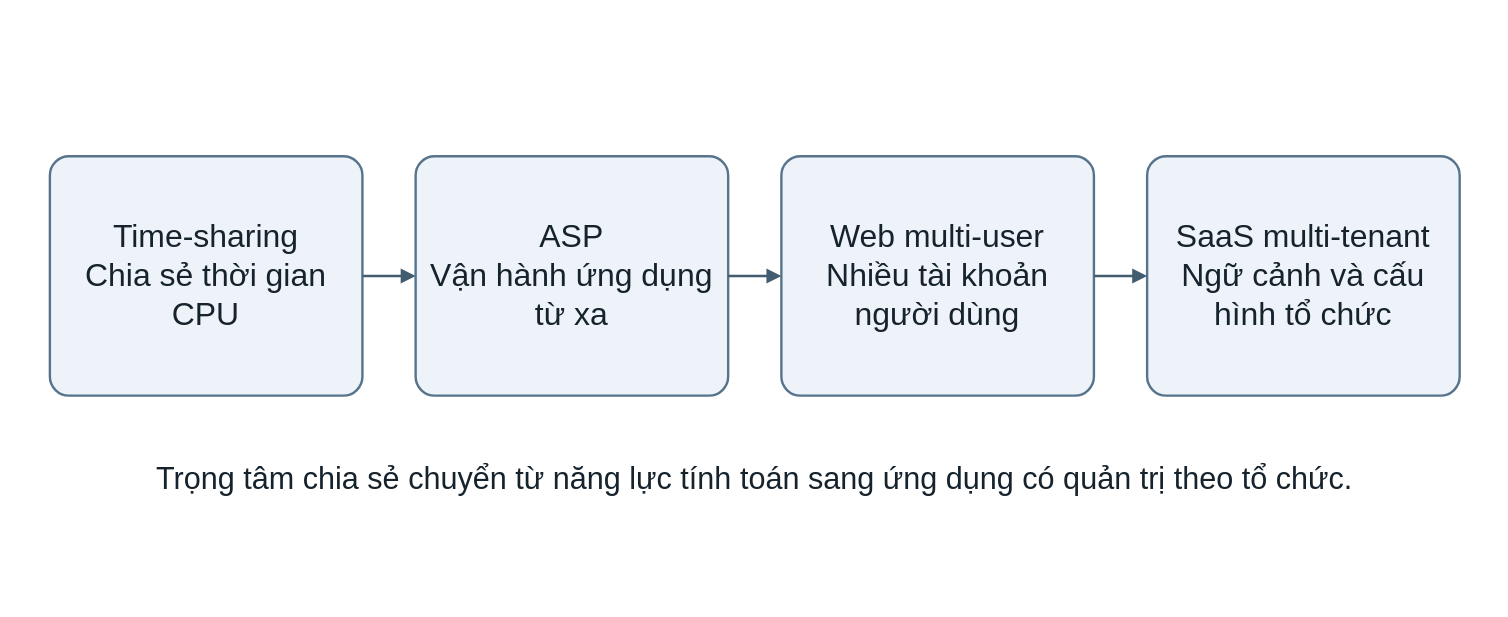
Hungcb123/NCKH-Hung keeps this draw.io diagram as output/report-theo-dany/figures/drawio/hinh_1_1_tien_trinh.drawio. Above is the earlier version. Source tidied: cells renumbered, new cells numbered last; positions are measured from the earlier drawing's top-left corner, leaving out a move shared by most shapes. Both pictures are drawn from the tidied source at 133%, with x=0, y=0 at pixel (23, 23).
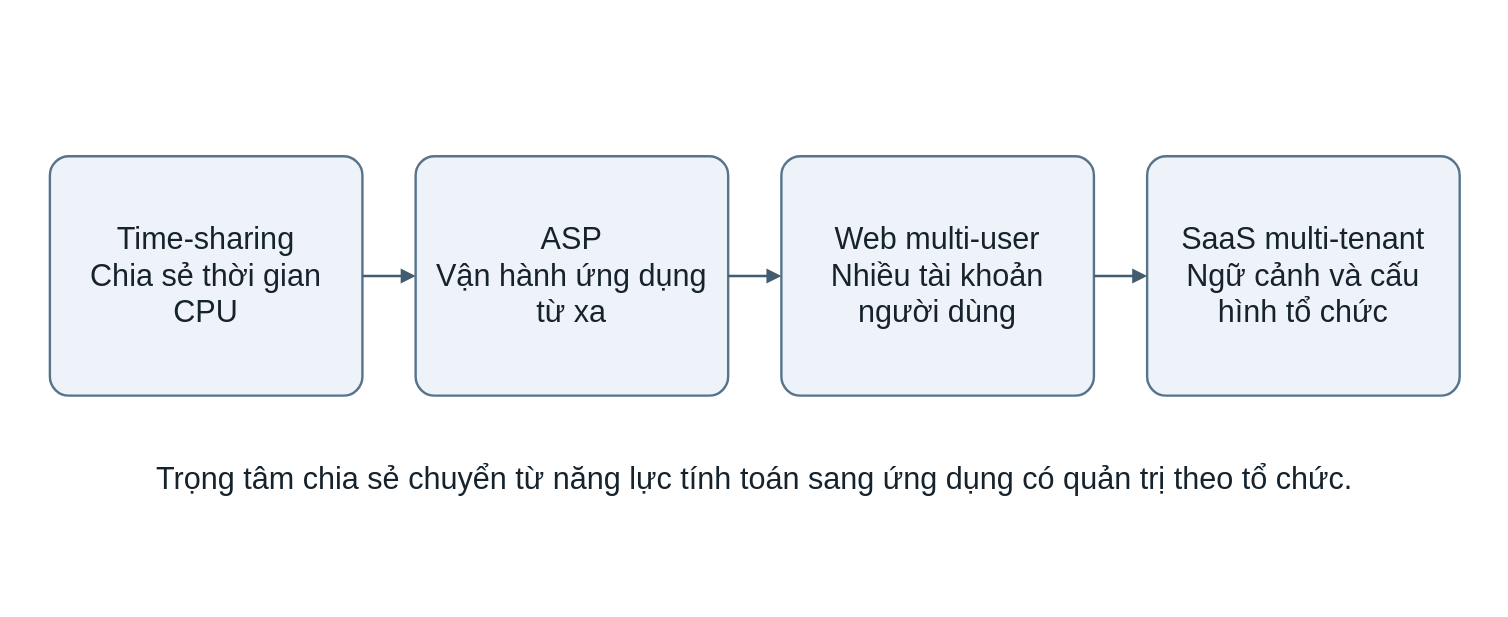
The same diagram, later.

Diff of the diagram source:
```diff
@@
 <mxGraphModel background="#ffffff">
   <root>
     <mxCell id="0" />
     <mxCell id="1" parent="0" />
     <mxCell id="2" style="html=1;whiteSpace=wrap;fontFamily=Arial;fontColor=#16232D;fontSize=24;spacing=10;align=center;verticalAlign=middle;fillColor=none;strokeColor=none;" parent="1" vertex="1">
       <mxGeometry width="1100" height="430" as="geometry" />
     </mxCell>
-    <mxCell id="3" value="Time-sharing&#10;Chia sẻ thời gian CPU" style="html=1;whiteSpace=wrap;fontFamily=Arial;fontColor=#16232D;fontSize=24;spacing=10;align=center;verticalAlign=middle;rounded=1;arcSize=8;fillColor=#EDF3F8;strokeColor=#57748C;strokeWidth=1.8;" parent="1" vertex="1">
+    <mxCell id="3" value="Time-sharing&#10;Chia sẻ thời gian CPU" style="html=1;whiteSpace=wrap;fontFamily=Arial;fontColor=#16232D;fontSize=24;spacing=10;align=center;verticalAlign=middle;rounded=1;arcSize=8;fontSize=23;fillColor=#EDF3F8;strokeColor=#57748C;strokeWidth=1.8;" parent="1" vertex="1">
       <mxGeometry x="20" y="100" width="235" height="180" as="geometry" />
     </mxCell>
-    <mxCell id="4" value="ASP&#10;Vận hành ứng dụng từ xa" style="html=1;whiteSpace=wrap;fontFamily=Arial;fontColor=#16232D;fontSize=24;spacing=10;align=center;verticalAlign=middle;rounded=1;arcSize=8;fillColor=#EDF3F8;strokeColor=#57748C;strokeWidth=1.8;" parent="1" vertex="1">
+    <mxCell id="4" value="ASP&#10;Vận hành ứng dụng từ xa" style="html=1;whiteSpace=wrap;fontFamily=Arial;fontColor=#16232D;fontSize=24;spacing=10;align=center;verticalAlign=middle;rounded=1;arcSize=8;fontSize=23;fillColor=#EDF3F8;strokeColor=#57748C;strokeWidth=1.8;" parent="1" vertex="1">
       <mxGeometry x="295" y="100" width="235" height="180" as="geometry" />
     </mxCell>
-    <mxCell id="5" value="Web multi-user&#10;Nhiều tài khoản người dùng" style="html=1;whiteSpace=wrap;fontFamily=Arial;fontColor=#16232D;fontSize=24;spacing=10;align=center;verticalAlign=middle;rounded=1;arcSize=8;fillColor=#EDF3F8;strokeColor=#57748C;strokeWidth=1.8;" parent="1" vertex="1">
+    <mxCell id="5" value="Web multi-user&#10;Nhiều tài khoản người dùng" style="html=1;whiteSpace=wrap;fontFamily=Arial;fontColor=#16232D;fontSize=24;spacing=10;align=center;verticalAlign=middle;rounded=1;arcSize=8;fontSize=23;fillColor=#EDF3F8;strokeColor=#57748C;strokeWidth=1.8;" parent="1" vertex="1">
       <mxGeometry x="570" y="100" width="235" height="180" as="geometry" />
     </mxCell>
-    <mxCell id="6" value="SaaS multi-tenant&#10;Ngữ cảnh và cấu hình tổ chức" style="html=1;whiteSpace=wrap;fontFamily=Arial;fontColor=#16232D;fontSize=24;spacing=10;align=center;verticalAlign=middle;rounded=1;arcSize=8;fillColor=#EDF3F8;strokeColor=#57748C;strokeWidth=1.8;" parent="1" vertex="1">
+    <mxCell id="6" value="SaaS multi-tenant&#10;Ngữ cảnh và cấu hình tổ chức" style="html=1;whiteSpace=wrap;fontFamily=Arial;fontColor=#16232D;fontSize=24;spacing=10;align=center;verticalAlign=middle;rounded=1;arcSize=8;fontSize=23;fillColor=#EDF3F8;strokeColor=#57748C;strokeWidth=1.8;" parent="1" vertex="1">
       <mxGeometry x="845" y="100" width="235" height="180" as="geometry" />
     </mxCell>
-    <mxCell id="7" style="edgeStyle=orthogonalEdgeStyle;rounded=1;jettySize=auto;html=1;fontFamily=Arial;fontSize=21;fontColor=#16232D;labelBackgroundColor=#FFFFFF;strokeColor=#425C70;strokeWidth=2;endArrow=block;endFill=1;exitX=1;exitY=0.5;entryX=0;entryY=0.5;" parent="1" edge="1" source="3" target="4">
+    <mxCell id="7" style="edgeStyle=orthogonalEdgeStyle;rounded=1;jettySize=auto;html=1;fontFamily=Arial;fontSize=20;fontColor=#16232D;labelBackgroundColor=#FFFFFF;strokeColor=#425C70;strokeWidth=2;endArrow=block;endFill=1;exitX=1;exitY=0.5;entryX=0;entryY=0.5;" parent="1" edge="1" source="3" target="4">
       <mxGeometry relative="1" as="geometry" />
     </mxCell>
-    <mxCell id="8" style="edgeStyle=orthogonalEdgeStyle;rounded=1;jettySize=auto;html=1;fontFamily=Arial;fontSize=21;fontColor=#16232D;labelBackgroundColor=#FFFFFF;strokeColor=#425C70;strokeWidth=2;endArrow=block;endFill=1;exitX=1;exitY=0.5;entryX=0;entryY=0.5;" parent="1" edge="1" source="4" target="5">
+    <mxCell id="8" style="edgeStyle=orthogonalEdgeStyle;rounded=1;jettySize=auto;html=1;fontFamily=Arial;fontSize=20;fontColor=#16232D;labelBackgroundColor=#FFFFFF;strokeColor=#425C70;strokeWidth=2;endArrow=block;endFill=1;exitX=1;exitY=0.5;entryX=0;entryY=0.5;" parent="1" edge="1" source="4" target="5">
       <mxGeometry relative="1" as="geometry" />
     </mxCell>
-    <mxCell id="9" style="edgeStyle=orthogonalEdgeStyle;rounded=1;jettySize=auto;html=1;fontFamily=Arial;fontSize=21;fontColor=#16232D;labelBackgroundColor=#FFFFFF;strokeColor=#425C70;strokeWidth=2;endArrow=block;endFill=1;exitX=1;exitY=0.5;entryX=0;entryY=0.5;" parent="1" edge="1" source="5" target="6">
+    <mxCell id="9" style="edgeStyle=orthogonalEdgeStyle;rounded=1;jettySize=auto;html=1;fontFamily=Arial;fontSize=20;fontColor=#16232D;labelBackgroundColor=#FFFFFF;strokeColor=#425C70;strokeWidth=2;endArrow=block;endFill=1;exitX=1;exitY=0.5;entryX=0;entryY=0.5;" parent="1" edge="1" source="5" target="6">
       <mxGeometry relative="1" as="geometry" />
     </mxCell>
     <mxCell id="10" value="Trọng tâm chia sẻ chuyển từ năng lực tính toán sang ứng dụng có quản trị theo tổ chức." style="html=1;whiteSpace=wrap;fontFamily=Arial;fontColor=#16232D;fontSize=24;spacing=10;align=center;verticalAlign=middle;text;strokeColor=none;fillColor=none;fontSize=23;fontStyle=0;align=center;spacing=0;" parent="1" vertex="1">
       <mxGeometry x="30" y="325" width="1040" height="70" as="geometry" />
     </mxCell>
   </root>
 </mxGraphModel>
```
